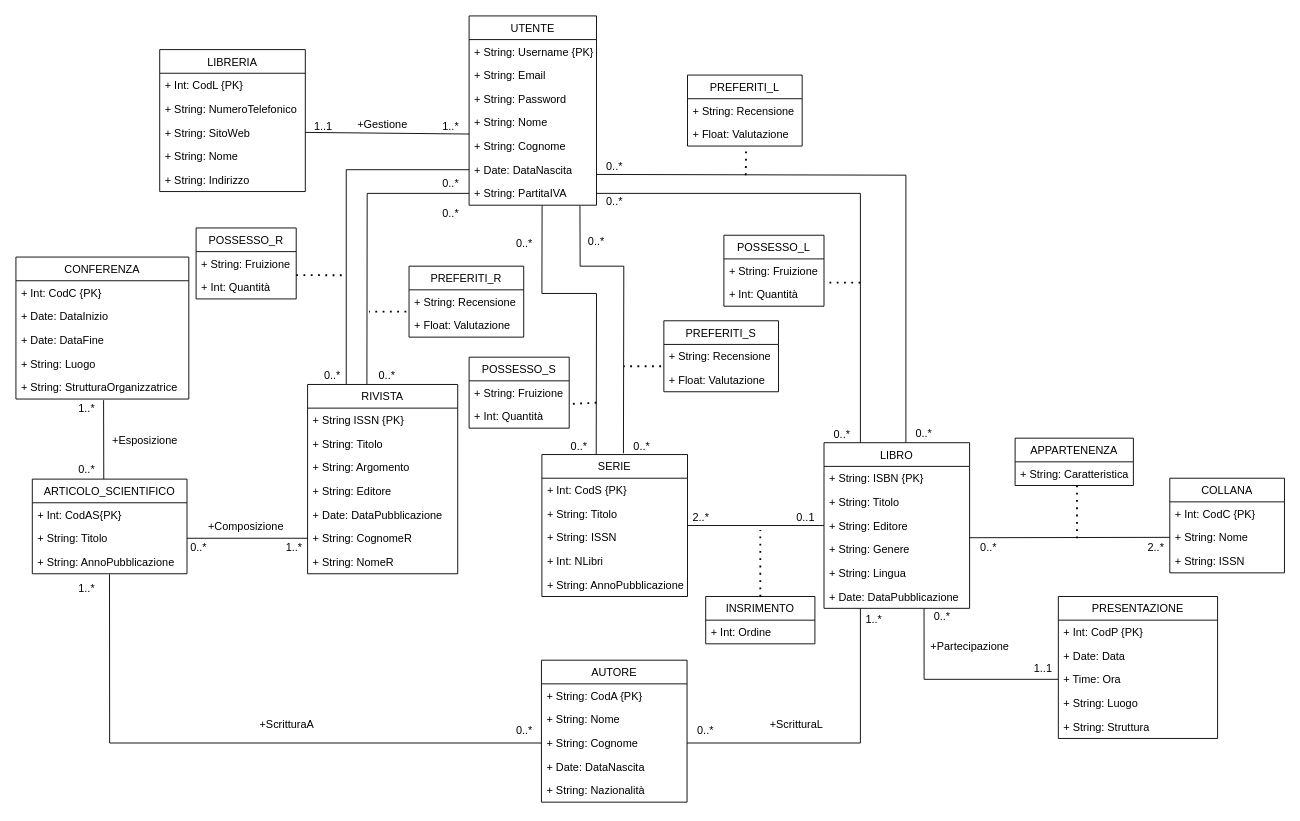
Giovk/Sistema-di-una-Bibleoteca-Digitale keeps this draw.io diagram as DiagrammaUML(ristrutturato).drawio. Above is the earlier version. Source tidied: cells renumbered, new cells numbered last; positions are measured from the earlier drawing's top-left corner, leaving out a move shared by most shapes. Both pictures are drawn from the tidied source at 91%, with x=0, y=0 at pixel (15, 15).
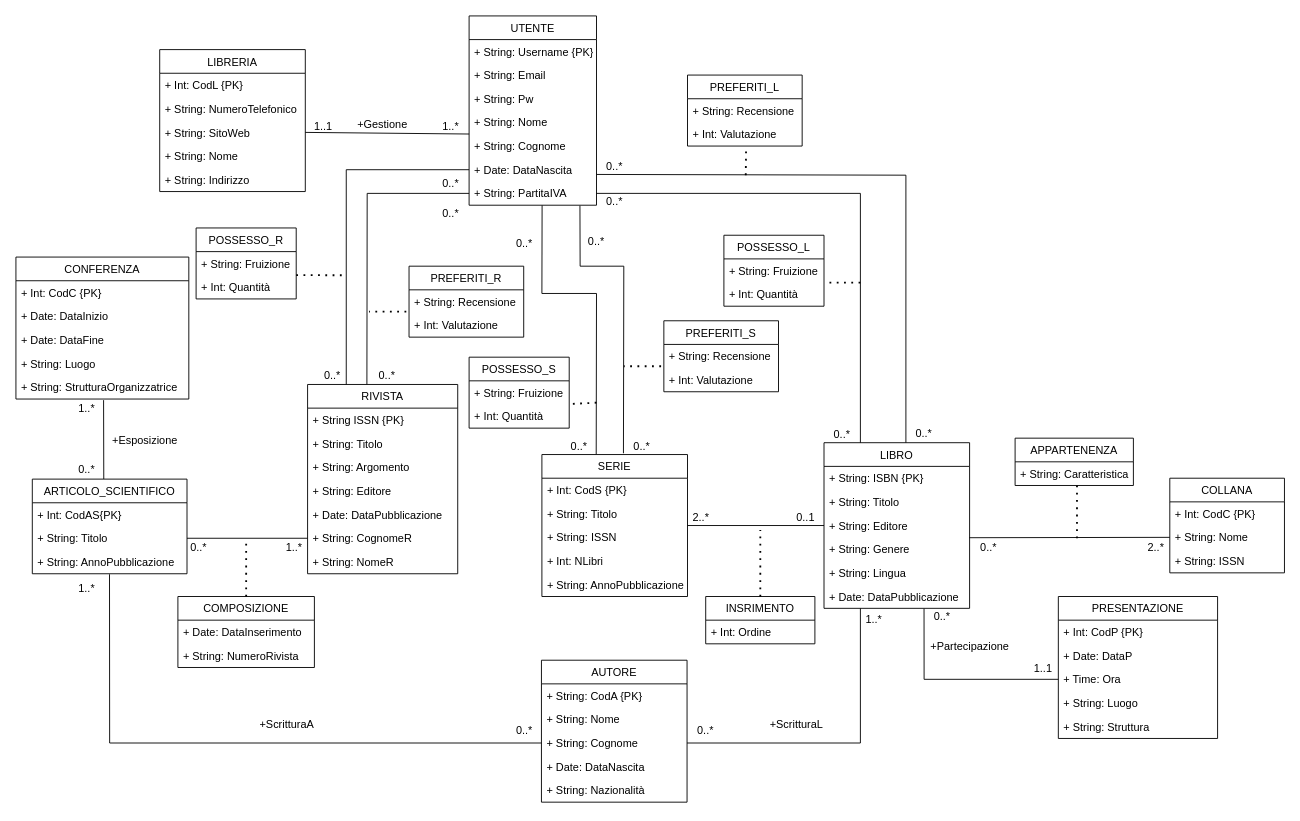
The same page after the edit.

The change refers to these unchanged cells:
```xml
<mxCell id="2" value="UTENTE" style="swimlane;fontStyle=0;horizontal=1;startSize=26;fillColor=none;" parent="1" vertex="1">
  <mxGeometry x="498" width="140" height="208" as="geometry" />
</mxCell>
<mxCell id="38" value="PREFERITI_R" style="swimlane;fontStyle=0;horizontal=1;startSize=26;fillColor=none;" parent="1" vertex="1">
  <mxGeometry x="432" y="275" width="126" height="78" as="geometry" />
</mxCell>
<mxCell id="56" value="PREFERITI_S" style="swimlane;fontStyle=0;horizontal=1;startSize=26;fillColor=none;" parent="1" vertex="1">
  <mxGeometry x="712" y="335" width="126" height="78" as="geometry" />
</mxCell>
<mxCell id="79" value="PREFERITI_L" style="swimlane;fontStyle=0;horizontal=1;startSize=26;fillColor=none;" parent="1" vertex="1">
  <mxGeometry x="738" y="65" width="126" height="78" as="geometry" />
</mxCell>
<mxCell id="99" value="PRESENTAZIONE" style="swimlane;fontStyle=0;horizontal=1;startSize=26;fillColor=none;" parent="1" vertex="1">
  <mxGeometry x="1145.5" y="638" width="175" height="156" as="geometry" />
</mxCell>
```

Change to the diagram source:
```diff
@@
-    <mxCell id="5" value="+ String: Password" style="text;strokeColor=none;fillColor=none;align=left;verticalAlign=top;spacingLeft=4;spacingRight=4;overflow=hidden;" parent="2" vertex="1">
+    <mxCell id="5" value="+ String: Pw" style="text;strokeColor=none;fillColor=none;align=left;verticalAlign=top;spacingLeft=4;spacingRight=4;overflow=hidden;" parent="2" vertex="1">
       <mxGeometry y="78" width="140" height="26" as="geometry" />
     </mxCell>
@@
-    <mxCell id="40" value="+ Float: Valutazione" style="text;strokeColor=none;fillColor=none;align=left;verticalAlign=top;spacingLeft=4;spacingRight=4;overflow=hidden;points=[[0,0.5],[1,0.5]];portConstraint=eastwest;" parent="38" vertex="1">
+    <mxCell id="40" value="+ Int: Valutazione" style="text;strokeColor=none;fillColor=none;align=left;verticalAlign=top;spacingLeft=4;spacingRight=4;overflow=hidden;points=[[0,0.5],[1,0.5]];portConstraint=eastwest;" parent="38" vertex="1">
       <mxGeometry y="52" width="126" height="26" as="geometry" />
     </mxCell>
@@
-    <mxCell id="58" value="+ Float: Valutazione" style="text;strokeColor=none;fillColor=none;align=left;verticalAlign=top;spacingLeft=4;spacingRight=4;overflow=hidden;points=[[0,0.5],[1,0.5]];portConstraint=eastwest;" parent="56" vertex="1">
+    <mxCell id="58" value="+ Int: Valutazione" style="text;strokeColor=none;fillColor=none;align=left;verticalAlign=top;spacingLeft=4;spacingRight=4;overflow=hidden;points=[[0,0.5],[1,0.5]];portConstraint=eastwest;" parent="56" vertex="1">
       <mxGeometry y="52" width="126" height="26" as="geometry" />
     </mxCell>
@@
-    <mxCell id="81" value="+ Float: Valutazione" style="text;strokeColor=none;fillColor=none;align=left;verticalAlign=top;spacingLeft=4;spacingRight=4;overflow=hidden;points=[[0,0.5],[1,0.5]];portConstraint=eastwest;" parent="79" vertex="1">
+    <mxCell id="81" value="+ Int: Valutazione" style="text;strokeColor=none;fillColor=none;align=left;verticalAlign=top;spacingLeft=4;spacingRight=4;overflow=hidden;points=[[0,0.5],[1,0.5]];portConstraint=eastwest;" parent="79" vertex="1">
       <mxGeometry y="52" width="126" height="26" as="geometry" />
     </mxCell>
@@
-    <mxCell id="101" value="+ Date: Data" style="text;strokeColor=none;fillColor=none;align=left;verticalAlign=top;spacingLeft=4;spacingRight=4;overflow=hidden;" parent="99" vertex="1">
+    <mxCell id="101" value="+ Date: DataP" style="text;strokeColor=none;fillColor=none;align=left;verticalAlign=top;spacingLeft=4;spacingRight=4;overflow=hidden;" parent="99" vertex="1">
       <mxGeometry y="52" width="175" height="26" as="geometry" />
     </mxCell>
@@
-    <mxCell id="114" value="+Composizione" style="text;html=1;strokeColor=none;fillColor=none;align=center;verticalAlign=middle;whiteSpace=wrap;rounded=0;" parent="1" vertex="1">
-      <mxGeometry x="203" y="546" width="100" height="30" as="geometry" />
-    </mxCell>
@@
+    <mxCell id="141" value="COMPOSIZIONE" style="swimlane;fontStyle=0;horizontal=1;startSize=26;fillColor=none;" parent="1" vertex="1">
+      <mxGeometry x="178" y="638" width="150" height="78" as="geometry" />
+    </mxCell>
+    <mxCell id="142" value="+ Date: DataInserimento" style="text;strokeColor=none;fillColor=none;align=left;verticalAlign=top;spacingLeft=4;spacingRight=4;overflow=hidden;" parent="141" vertex="1">
+      <mxGeometry y="26" width="150" height="26" as="geometry" />
+    </mxCell>
+    <mxCell id="143" value="+ String: NumeroRivista" style="text;strokeColor=none;fillColor=none;align=left;verticalAlign=top;spacingLeft=4;spacingRight=4;overflow=hidden;" parent="141" vertex="1">
+      <mxGeometry y="52" width="150" height="26" as="geometry" />
+    </mxCell>
+    <mxCell id="144" style="endArrow=none;dashed=1;html=1;dashPattern=1 3;strokeWidth=2;rounded=0;exitX=0.5;exitY=0;exitDx=0;exitDy=0;" parent="1" edge="1" source="141">
+      <mxGeometry relative="1" as="geometry">
+        <mxPoint x="253" y="575" as="targetPoint" />
+      </mxGeometry>
+    </mxCell>
```
